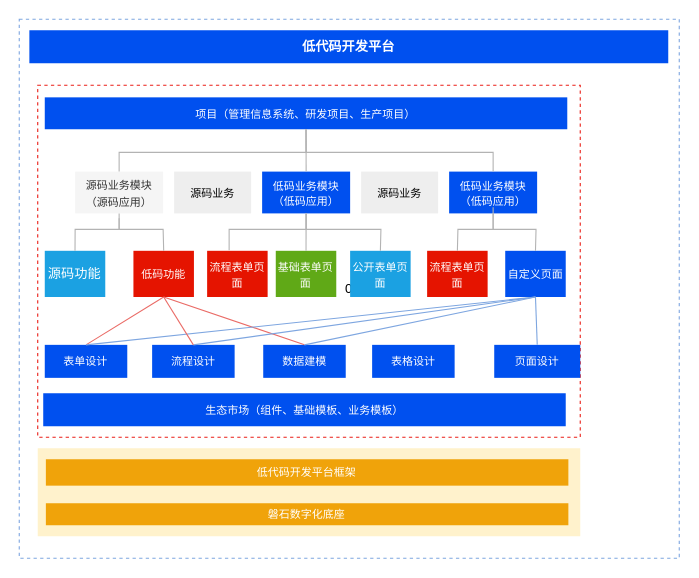
This is 低代码—研究内容——新版——房.drawio from tangyaosimida/love, a draw.io file, before an edit. Source tidied: cells renumbered, new cells numbered last; positions are measured from the earlier drawing's top-left corner, leaving out a move shared by most shapes. Both pictures are drawn from the tidied source at 110%, with x=0, y=0 at pixel (19, 19).
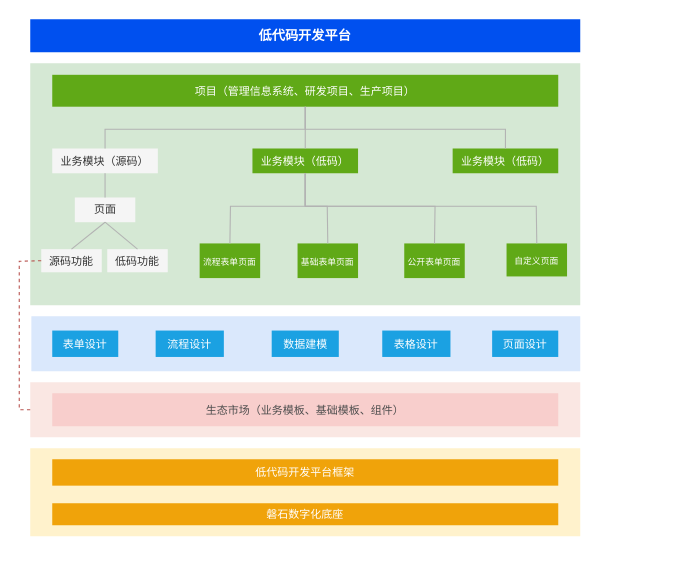
After the change.

Commit message (it also covers changes not shown here):
更新低代码—研究内容——新版——房.drawio

What changed in the source:
```diff
@@
-    <mxCell id="2" value="0" style="rounded=0;whiteSpace=wrap;html=1;fillColor=none;strokeColor=#7EA6E0;strokeWidth=1;dashed=1;" parent="1" vertex="1">
-      <mxGeometry width="600" height="490" as="geometry" />
-    </mxCell>
+    <mxCell id="45" style="rounded=0;whiteSpace=wrap;html=1;fillColor=#dae8fc;strokeColor=none;" parent="1" vertex="1">
+      <mxGeometry x="11" y="270" width="499" height="50" as="geometry" />
+    </mxCell>
+    <mxCell id="46" style="rounded=0;whiteSpace=wrap;html=1;fillColor=#FAE7E3;dashed=1;strokeColor=none;" parent="1" vertex="1">
+      <mxGeometry x="10" y="330" width="500" height="50" as="geometry" />
+    </mxCell>
     <mxCell id="3" style="rounded=0;whiteSpace=wrap;html=1;fillColor=#fff2cc;dashed=1;strokeColor=none;" parent="1" vertex="1">
-      <mxGeometry x="16.8" y="390" width="493.2" height="80" as="geometry" />
+      <mxGeometry x="10" y="390" width="500" height="80" as="geometry" />
     </mxCell>
-    <mxCell id="4" style="rounded=0;whiteSpace=wrap;html=1;fillColor=none;dashed=1;strokeColor=#EA1E17;" parent="1" vertex="1">
-      <mxGeometry x="16.8" y="60" width="493.2" height="320" as="geometry" />
+    <mxCell id="4" style="rounded=0;whiteSpace=wrap;html=1;fillColor=#d5e8d4;dashed=1;strokeColor=none;" parent="1" vertex="1">
+      <mxGeometry x="10" y="40" width="500" height="220" as="geometry" />
     </mxCell>
     <mxCell id="5" value="&lt;b style=&quot;&quot;&gt;&lt;font style=&quot;font-size: 12px;&quot;&gt;低代码开发平台&lt;/font&gt;&lt;/b&gt;" style="rounded=0;whiteSpace=wrap;html=1;fillColor=#0050ef;fontColor=#ffffff;strokeColor=none;" parent="1" vertex="1">
-      <mxGeometry x="9.2" y="10" width="580.8" height="30" as="geometry" />
+      <mxGeometry x="10" width="500" height="30" as="geometry" />
     </mxCell>
     <mxCell id="6" value="&lt;font color=&quot;#ffffff&quot; style=&quot;font-size: 10px;&quot;&gt;低代码开发平台框架&lt;/font&gt;" style="rounded=0;whiteSpace=wrap;html=1;fillColor=#f0a30a;strokeColor=none;align=center;fontColor=#000000;" parent="1" vertex="1">
-      <mxGeometry x="24.2" y="400" width="475" height="24" as="geometry" />
+      <mxGeometry x="30" y="400" width="460" height="24" as="geometry" />
     </mxCell>
     <mxCell id="7" value="&lt;font color=&quot;#ffffff&quot; style=&quot;font-size: 10px;&quot;&gt;磐石数字化底座&lt;/font&gt;" style="rounded=0;whiteSpace=wrap;html=1;fillColor=#f0a30a;strokeColor=none;align=center;fontColor=#000000;" parent="1" vertex="1">
-      <mxGeometry x="24.2" y="440" width="475" height="20" as="geometry" />
+      <mxGeometry x="30" y="440" width="460" height="20" as="geometry" />
     </mxCell>
-    <mxCell id="8" value="&lt;span style=&quot;font-size: 10px;&quot;&gt;项目（管理信息系统、研发项目、生产项目）&lt;/span&gt;" style="rounded=0;whiteSpace=wrap;html=1;fillColor=#0050ef;fontColor=#ffffff;strokeColor=none;align=center;" parent="1" vertex="1">
-      <mxGeometry x="23.2" y="71" width="475" height="29" as="geometry" />
+    <mxCell id="8" value="&lt;span style=&quot;font-size: 10px;&quot;&gt;项目（管理信息系统、研发项目、生产项目）&lt;/span&gt;" style="rounded=0;whiteSpace=wrap;html=1;fillColor=#60a917;fontColor=#ffffff;strokeColor=none;align=center;" parent="1" vertex="1">
+      <mxGeometry x="30" y="50.5" width="460" height="29" as="geometry" />
     </mxCell>
-    <mxCell id="9" value="&lt;span style=&quot;font-size: 10px;&quot;&gt;源码业务模块&lt;/span&gt;&lt;div&gt;&lt;span style=&quot;font-size: 10px;&quot;&gt;（源码应用）&lt;/span&gt;&lt;/div&gt;" style="rounded=0;whiteSpace=wrap;html=1;align=center;fillColor=#f5f5f5;fontColor=#333333;strokeColor=none;" parent="1" vertex="1">
-      <mxGeometry x="50.8" y="138.5" width="80" height="38" as="geometry" />
+    <mxCell id="9" value="&lt;span style=&quot;font-size: 10px;&quot;&gt;业务模块&lt;/span&gt;&lt;span style=&quot;font-size: 10px;&quot;&gt;（源码）&lt;/span&gt;" style="rounded=0;whiteSpace=wrap;html=1;align=center;fillColor=#f5f5f5;fontColor=#333333;strokeColor=none;" parent="1" vertex="1">
+      <mxGeometry x="30" y="117.5" width="96" height="22.5" as="geometry" />
     </mxCell>
-    <mxCell id="10" value="&lt;span style=&quot;font-size: 10px;&quot;&gt;低码功能&lt;/span&gt;" style="rounded=0;whiteSpace=wrap;html=1;fillColor=#e51400;fontColor=#ffffff;strokeColor=none;align=center;" parent="1" vertex="1">
-      <mxGeometry x="103.8" y="210.5" width="55" height="42" as="geometry" />
+    <mxCell id="10" value="&lt;span style=&quot;font-size: 10px;&quot;&gt;低码功能&lt;/span&gt;" style="rounded=0;whiteSpace=wrap;html=1;fillColor=#f5f5f5;fontColor=#333333;strokeColor=none;align=center;" parent="1" vertex="1">
+      <mxGeometry x="80" y="209" width="55" height="21" as="geometry" />
     </mxCell>
-    <mxCell id="11" value="&lt;font style=&quot;font-size: 10px;&quot;&gt;表单设计&lt;/font&gt;" style="rounded=0;whiteSpace=wrap;html=1;fillColor=#0050ef;fontColor=#ffffff;strokeColor=none;align=center;" parent="1" vertex="1">
-      <mxGeometry x="23.2" y="296" width="75" height="30" as="geometry" />
+    <mxCell id="11" value="&lt;font style=&quot;font-size: 10px;&quot;&gt;表单设计&lt;/font&gt;" style="rounded=0;whiteSpace=wrap;html=1;fillColor=#1ba1e2;fontColor=#ffffff;strokeColor=none;align=center;" parent="1" vertex="1">
+      <mxGeometry x="30" y="283" width="60" height="24" as="geometry" />
     </mxCell>
@@
-    <mxCell id="13" value="&lt;font style=&quot;font-size: 10px;&quot;&gt;低码业务模块&lt;/font&gt;&lt;div style=&quot;font-size: 10px;&quot;&gt;&lt;font style=&quot;font-size: 10px;&quot;&gt;（低码应用）&lt;/font&gt;&lt;/div&gt;" style="rounded=0;whiteSpace=wrap;html=1;fillColor=#0050ef;fontColor=#ffffff;strokeColor=none;align=center;" parent="1" vertex="1">
-      <mxGeometry x="220.8" y="138.5" width="80" height="38" as="geometry" />
-    </mxCell>
-    <mxCell id="14" value="&lt;font style=&quot;color: rgb(255, 255, 255); font-size: 10px;&quot;&gt;低码业务模块&lt;/font&gt;&lt;div style=&quot;color: rgb(255, 255, 255); font-size: 10px;&quot;&gt;（低码应用）&lt;/div&gt;" style="rounded=0;whiteSpace=wrap;html=1;align=center;fillColor=#0050ef;fontColor=#ffffff;strokeColor=none;" parent="1" vertex="1">
-      <mxGeometry x="390.8" y="138.5" width="80" height="38" as="geometry" />
-    </mxCell>
-    <mxCell id="15" value="源码功能" style="rounded=0;whiteSpace=wrap;html=1;fillColor=#1ba1e2;strokeColor=none;align=center;fontColor=#ffffff;" parent="1" vertex="1">
-      <mxGeometry x="23.2" y="210.5" width="55" height="42" as="geometry" />
+    <mxCell id="15" value="&lt;font style=&quot;font-size: 10px;&quot;&gt;源码功能&lt;/font&gt;" style="rounded=0;whiteSpace=wrap;html=1;fillColor=#f5f5f5;strokeColor=none;align=center;fontColor=#333333;" parent="1" vertex="1">
+      <mxGeometry x="20" y="209" width="55" height="21" as="geometry" />
     </mxCell>
-    <mxCell id="16" value="&lt;font style=&quot;font-size: 10px;&quot;&gt;流程表单页面&lt;/font&gt;" style="rounded=0;whiteSpace=wrap;html=1;fillColor=#e51400;fontColor=#ffffff;strokeColor=none;align=center;" parent="1" vertex="1">
-      <mxGeometry x="170.8" y="210.5" width="55" height="42" as="geometry" />
+    <mxCell id="16" value="&lt;font style=&quot;font-size: 8px;&quot;&gt;流程表单页面&lt;/font&gt;" style="rounded=0;whiteSpace=wrap;html=1;fillColor=#60a917;fontColor=#ffffff;strokeColor=none;align=center;" parent="1" vertex="1">
+      <mxGeometry x="164" y="203.8" width="55" height="31.5" as="geometry" />
     </mxCell>
-    <mxCell id="17" value="&lt;font style=&quot;font-size: 10px;&quot;&gt;基础表单页面&lt;/font&gt;" style="rounded=0;whiteSpace=wrap;html=1;fillColor=#60a917;strokeColor=none;align=center;fontColor=#ffffff;" parent="1" vertex="1">
-      <mxGeometry x="233.2" y="210.5" width="55" height="42" as="geometry" />
+    <mxCell id="17" value="&lt;font style=&quot;font-size: 8px;&quot;&gt;基础表单页面&lt;/font&gt;" style="rounded=0;whiteSpace=wrap;html=1;fillColor=#60a917;strokeColor=none;align=center;fontColor=#ffffff;" parent="1" vertex="1">
+      <mxGeometry x="253" y="203.8" width="55" height="31.5" as="geometry" />
     </mxCell>
-    <mxCell id="18" value="&lt;font style=&quot;font-size: 10px;&quot;&gt;公开表单页面&lt;/font&gt;" style="rounded=0;whiteSpace=wrap;html=1;fillColor=#1ba1e2;strokeColor=none;align=center;fontColor=#ffffff;" parent="1" vertex="1">
-      <mxGeometry x="300.8" y="210.5" width="55" height="42" as="geometry" />
+    <mxCell id="18" value="&lt;font style=&quot;font-size: 8px;&quot;&gt;公开表单页面&lt;/font&gt;" style="rounded=0;whiteSpace=wrap;html=1;fillColor=#60a917;strokeColor=none;align=center;fontColor=#ffffff;" parent="1" vertex="1">
+      <mxGeometry x="350" y="203.8" width="55" height="31.5" as="geometry" />
     </mxCell>
-    <mxCell id="19" value="&lt;span style=&quot;font-size: 10px;&quot;&gt;流程表单页面&lt;/span&gt;" style="rounded=0;whiteSpace=wrap;html=1;fillColor=#e51400;fontColor=#ffffff;strokeColor=none;align=center;" parent="1" vertex="1">
-      <mxGeometry x="370.8" y="210.5" width="55" height="42" as="geometry" />
-    </mxCell>
-    <mxCell id="20" value="&lt;font style=&quot;font-size: 10px;&quot;&gt;自定义页面&lt;/font&gt;" style="rounded=0;whiteSpace=wrap;html=1;fillColor=#0050ef;fontColor=#ffffff;strokeColor=none;align=center;" parent="1" vertex="1">
-      <mxGeometry x="441.8" y="210.5" width="55" height="42" as="geometry" />
+    <mxCell id="20" value="&lt;font style=&quot;font-size: 8px;&quot;&gt;自定义页面&lt;/font&gt;" style="rounded=0;whiteSpace=wrap;html=1;fillColor=#60a917;fontColor=#ffffff;strokeColor=none;align=center;" parent="1" vertex="1">
+      <mxGeometry x="443" y="203.8" width="55" height="30" as="geometry" />
     </mxCell>
-    <mxCell id="21" style="endArrow=none;html=1;rounded=0;exitX=0.5;exitY=0;exitDx=0;exitDy=0;entryX=0.5;entryY=1;entryDx=0;entryDy=0;strokeColor=#B3B3B3;" parent="1" edge="1" source="9" target="8">
-      <mxGeometry relative="1" as="geometry">
-        <Array as="points">
-          <mxPoint x="90.8" y="121" />
-          <mxPoint x="260.8" y="121" />
-        </Array>
-      </mxGeometry>
-    </mxCell>
-    <mxCell id="22" style="endArrow=none;html=1;rounded=0;exitX=0.5;exitY=0;exitDx=0;exitDy=0;entryX=0.5;entryY=1;entryDx=0;entryDy=0;strokeColor=#B3B3B3;" parent="1" edge="1" source="13" target="8">
-      <mxGeometry relative="1" as="geometry" />
-    </mxCell>
-    <mxCell id="23" style="endArrow=none;html=1;rounded=0;exitX=0.5;exitY=0;exitDx=0;exitDy=0;entryX=0.5;entryY=1;entryDx=0;entryDy=0;strokeColor=#B3B3B3;" parent="1" edge="1" source="14" target="8">
-      <mxGeometry relative="1" as="geometry">
-        <Array as="points">
-          <mxPoint x="430.8" y="121" />
-          <mxPoint x="260.8" y="121" />
-        </Array>
-      </mxGeometry>
-    </mxCell>
-    <mxCell id="24" style="endArrow=none;html=1;rounded=0;exitX=0.5;exitY=0;exitDx=0;exitDy=0;entryX=0.5;entryY=1;entryDx=0;entryDy=0;strokeColor=#B3B3B3;" parent="1" edge="1" source="15" target="9">
-      <mxGeometry relative="1" as="geometry">
-        <Array as="points">
-          <mxPoint x="50.8" y="191" />
-          <mxPoint x="90.8" y="191" />
-        </Array>
-      </mxGeometry>
-    </mxCell>
-    <mxCell id="25" style="endArrow=none;html=1;rounded=0;exitX=0.5;exitY=0;exitDx=0;exitDy=0;strokeColor=#B3B3B3;" parent="1" edge="1" source="10">
-      <mxGeometry relative="1" as="geometry">
-        <mxPoint x="90.8" y="181" as="targetPoint" />
-        <Array as="points">
-          <mxPoint x="130.8" y="191" />
-          <mxPoint x="90.8" y="191" />
-        </Array>
-      </mxGeometry>
-    </mxCell>
-    <mxCell id="26" style="endArrow=none;html=1;rounded=0;exitX=0.5;exitY=0;exitDx=0;exitDy=0;entryX=0.5;entryY=1;entryDx=0;entryDy=0;strokeColor=#B3B3B3;" parent="1" edge="1" target="13">
-      <mxGeometry relative="1" as="geometry">
-        <mxPoint x="190.8" y="210" as="sourcePoint" />
-        <Array as="points">
-          <mxPoint x="190.8" y="191" />
-          <mxPoint x="260.8" y="191" />
-        </Array>
-      </mxGeometry>
-    </mxCell>
-    <mxCell id="27" style="endArrow=none;html=1;rounded=0;exitX=0.5;exitY=0;exitDx=0;exitDy=0;entryX=0.5;entryY=1;entryDx=0;entryDy=0;strokeColor=#B3B3B3;" parent="1" edge="1" source="17" target="13">
-      <mxGeometry relative="1" as="geometry" />
-    </mxCell>
-    <mxCell id="28" style="endArrow=none;html=1;rounded=0;entryX=0.5;entryY=0;entryDx=0;entryDy=0;exitX=0.5;exitY=1;exitDx=0;exitDy=0;strokeColor=#B3B3B3;" parent="1" edge="1" source="13" target="18">
-      <mxGeometry relative="1" as="geometry">
-        <Array as="points">
-          <mxPoint x="260.8" y="191" />
-          <mxPoint x="328.8" y="191" />
-        </Array>
-      </mxGeometry>
-    </mxCell>
-    <mxCell id="29" style="endArrow=none;html=1;rounded=0;exitX=0.5;exitY=0;exitDx=0;exitDy=0;strokeColor=#B3B3B3;" parent="1" edge="1" source="19">
-      <mxGeometry relative="1" as="geometry">
-        <mxPoint x="430.8" y="171" as="targetPoint" />
-        <Array as="points">
-          <mxPoint x="398.8" y="191" />
-          <mxPoint x="430.8" y="191" />
-        </Array>
-      </mxGeometry>
-    </mxCell>
-    <mxCell id="30" style="endArrow=none;html=1;rounded=0;entryX=0.5;entryY=0;entryDx=0;entryDy=0;exitX=0.5;exitY=1;exitDx=0;exitDy=0;strokeColor=#B3B3B3;" parent="1" edge="1" source="14" target="20">
-      <mxGeometry relative="1" as="geometry">
-        <Array as="points">
-          <mxPoint x="430.8" y="191" />
-          <mxPoint x="469.8" y="191" />
-        </Array>
-      </mxGeometry>
-    </mxCell>
-    <mxCell id="31" value="&lt;span style=&quot;font-size: 10px;&quot;&gt;源码业务&lt;/span&gt;" style="rounded=0;whiteSpace=wrap;html=1;fillColor=#eeeeee;strokeColor=none;align=center;" parent="1" vertex="1">
-      <mxGeometry x="140.8" y="138.5" width="70" height="38" as="geometry" />
-    </mxCell>
-    <mxCell id="32" value="&lt;span style=&quot;font-size: 10px;&quot;&gt;源码业务&lt;/span&gt;" style="rounded=0;whiteSpace=wrap;html=1;fillColor=#eeeeee;strokeColor=none;align=center;" parent="1" vertex="1">
-      <mxGeometry x="310.8" y="138.5" width="70" height="38" as="geometry" />
-    </mxCell>
-    <mxCell id="33" value="&lt;font style=&quot;font-size: 10px;&quot;&gt;流程设计&lt;/font&gt;" style="rounded=0;whiteSpace=wrap;html=1;fillColor=#0050ef;fontColor=#ffffff;strokeColor=none;align=center;" parent="1" vertex="1">
-      <mxGeometry x="120.8" y="296" width="75" height="30" as="geometry" />
+    <mxCell id="33" value="&lt;font style=&quot;font-size: 10px;&quot;&gt;流程设计&lt;/font&gt;" style="rounded=0;whiteSpace=wrap;html=1;fillColor=#1ba1e2;fontColor=#ffffff;strokeColor=none;align=center;" parent="1" vertex="1">
+      <mxGeometry x="124" y="283" width="62" height="24" as="geometry" />
     </mxCell>
-    <mxCell id="34" value="&lt;font style=&quot;font-size: 10px;&quot;&gt;数据建模&lt;/font&gt;" style="rounded=0;whiteSpace=wrap;html=1;fillColor=#0050ef;fontColor=#ffffff;strokeColor=none;align=center;" parent="1" vertex="1">
-      <mxGeometry x="221.8" y="296" width="75" height="30" as="geometry" />
+    <mxCell id="34" value="&lt;font style=&quot;font-size: 10px;&quot;&gt;数据建模&lt;/font&gt;" style="rounded=0;whiteSpace=wrap;html=1;fillColor=#1ba1e2;fontColor=#ffffff;strokeColor=none;align=center;" parent="1" vertex="1">
+      <mxGeometry x="229.5" y="283" width="61" height="24" as="geometry" />
     </mxCell>
-    <mxCell id="35" value="&lt;font style=&quot;font-size: 10px;&quot;&gt;页面设计&lt;/font&gt;" style="rounded=0;whiteSpace=wrap;html=1;fillColor=#0050ef;fontColor=#ffffff;strokeColor=none;align=center;" parent="1" vertex="1">
-      <mxGeometry x="431.8" y="296" width="78.2" height="30" as="geometry" />
+    <mxCell id="35" value="&lt;font style=&quot;font-size: 10px;&quot;&gt;页面设计&lt;/font&gt;" style="rounded=0;whiteSpace=wrap;html=1;fillColor=#1ba1e2;fontColor=#ffffff;strokeColor=none;align=center;" parent="1" vertex="1">
+      <mxGeometry x="429.9" y="283" width="60.1" height="24" as="geometry" />
     </mxCell>
-    <mxCell id="36" value="&lt;font style=&quot;font-size: 10px;&quot;&gt;表格设计&lt;/font&gt;" style="rounded=0;whiteSpace=wrap;html=1;fillColor=#0050ef;fontColor=#ffffff;strokeColor=none;align=center;" parent="1" vertex="1">
-      <mxGeometry x="320.8" y="296" width="75" height="30" as="geometry" />
+    <mxCell id="36" value="&lt;font style=&quot;font-size: 10px;&quot;&gt;表格设计&lt;/font&gt;" style="rounded=0;whiteSpace=wrap;html=1;fillColor=#1ba1e2;fontColor=#ffffff;strokeColor=none;align=center;" parent="1" vertex="1">
+      <mxGeometry x="330" y="283" width="62" height="24" as="geometry" />
     </mxCell>
-    <mxCell id="37" style="endArrow=none;html=1;rounded=0;exitX=0.5;exitY=0;exitDx=0;exitDy=0;strokeColor=#EA6B66;entryX=0.5;entryY=1;entryDx=0;entryDy=0;" parent="1" edge="1" source="11" target="10">
-      <mxGeometry relative="1" as="geometry" />
-    </mxCell>
-    <mxCell id="38" style="endArrow=none;html=1;rounded=0;exitX=0.5;exitY=0;exitDx=0;exitDy=0;strokeColor=#EA6B66;entryX=0.5;entryY=1;entryDx=0;entryDy=0;" parent="1" edge="1" source="34" target="10">
-      <mxGeometry relative="1" as="geometry" />
-    </mxCell>
-    <mxCell id="39" style="endArrow=none;html=1;rounded=0;entryX=0.5;entryY=1;entryDx=0;entryDy=0;exitX=0.5;exitY=0;exitDx=0;exitDy=0;strokeColor=#7EA6E0;" parent="1" edge="1" source="35" target="20">
-      <mxGeometry relative="1" as="geometry" />
-    </mxCell>
-    <mxCell id="40" style="endArrow=none;html=1;rounded=0;entryX=0.5;entryY=1;entryDx=0;entryDy=0;exitX=0.5;exitY=0;exitDx=0;exitDy=0;strokeColor=#7EA6E0;" parent="1" edge="1" source="34" target="20">
-      <mxGeometry relative="1" as="geometry" />
-    </mxCell>
-    <mxCell id="41" style="endArrow=none;html=1;rounded=0;entryX=0.5;entryY=1;entryDx=0;entryDy=0;exitX=0.5;exitY=0;exitDx=0;exitDy=0;strokeColor=#7EA6E0;" parent="1" edge="1" source="33" target="20">
-      <mxGeometry relative="1" as="geometry" />
-    </mxCell>
-    <mxCell id="42" style="endArrow=none;html=1;rounded=0;entryX=0.5;entryY=1;entryDx=0;entryDy=0;exitX=0.5;exitY=0;exitDx=0;exitDy=0;strokeColor=#7EA6E0;" parent="1" edge="1" source="11" target="20">
-      <mxGeometry relative="1" as="geometry" />
-    </mxCell>
-    <mxCell id="43" style="endArrow=none;html=1;rounded=0;exitX=0.5;exitY=0;exitDx=0;exitDy=0;strokeColor=#EA6B66;entryX=0.5;entryY=1;entryDx=0;entryDy=0;" parent="1" edge="1" source="33" target="10">
-      <mxGeometry relative="1" as="geometry" />
-    </mxCell>
-    <mxCell id="44" value="&lt;span style=&quot;font-size: 10px;&quot;&gt;生态市场（组件、基础模板、业务模板）&lt;/span&gt;" style="rounded=0;whiteSpace=wrap;html=1;fillColor=#0050ef;fontColor=#ffffff;strokeColor=none;align=center;" parent="1" vertex="1">
-      <mxGeometry x="21.8" y="340" width="475" height="30" as="geometry" />
+    <mxCell id="44" value="&lt;span style=&quot;font-size: 10px;&quot;&gt;&lt;font color=&quot;#4d4d4d&quot;&gt;生态市场（业务模板、基础模板、组件）&lt;/font&gt;&lt;/span&gt;" style="rounded=0;whiteSpace=wrap;html=1;fillColor=#f8cecc;strokeColor=none;align=center;" parent="1" vertex="1">
+      <mxGeometry x="30" y="340" width="460" height="30" as="geometry" />
     </mxCell>
+    <mxCell id="47" value="&lt;span style=&quot;font-size: 10px;&quot;&gt;页面&lt;/span&gt;" style="rounded=0;whiteSpace=wrap;html=1;fillColor=#f5f5f5;fontColor=#333333;strokeColor=none;align=center;" parent="1" vertex="1">
+      <mxGeometry x="50.5" y="162" width="55" height="22.5" as="geometry" />
+    </mxCell>
+    <mxCell id="48" value="&lt;span style=&quot;font-size: 10px;&quot;&gt;业务模块&lt;/span&gt;&lt;span style=&quot;font-size: 10px;&quot;&gt;（低码）&lt;/span&gt;" style="rounded=0;whiteSpace=wrap;html=1;align=center;fillColor=#60a917;fontColor=#ffffff;strokeColor=none;" parent="1" vertex="1">
+      <mxGeometry x="212" y="117.5" width="96" height="22.5" as="geometry" />
+    </mxCell>
+    <mxCell id="49" value="&lt;span style=&quot;font-size: 10px;&quot;&gt;业务模块&lt;/span&gt;&lt;span style=&quot;font-size: 10px;&quot;&gt;（低码）&lt;/span&gt;" style="rounded=0;whiteSpace=wrap;html=1;align=center;fillColor=#60a917;fontColor=#ffffff;strokeColor=none;" parent="1" vertex="1">
+      <mxGeometry x="394" y="117.5" width="96" height="22.5" as="geometry" />
+    </mxCell>
+    <mxCell id="50" style="endArrow=none;html=1;rounded=0;entryX=0.5;entryY=1;entryDx=0;entryDy=0;exitX=0.5;exitY=0;exitDx=0;exitDy=0;strokeColor=#B3B3B3;" parent="1" edge="1" source="48" target="8">
+      <mxGeometry relative="1" as="geometry" />
+    </mxCell>
+    <mxCell id="21" style="endArrow=none;html=1;rounded=0;exitX=0.5;exitY=0;exitDx=0;exitDy=0;entryX=0.5;entryY=1;entryDx=0;entryDy=0;strokeColor=#B3B3B3;" parent="1" edge="1" source="9" target="8">
+      <mxGeometry relative="1" as="geometry">
+        <Array as="points">
+          <mxPoint x="78" y="100" />
+          <mxPoint x="260" y="100" />
+        </Array>
+      </mxGeometry>
+    </mxCell>
+    <mxCell id="51" style="endArrow=none;html=1;rounded=0;entryX=0.5;entryY=0;entryDx=0;entryDy=0;strokeColor=#B3B3B3;" parent="1" edge="1" target="49">
+      <mxGeometry relative="1" as="geometry">
+        <mxPoint x="260" y="80" as="sourcePoint" />
+        <Array as="points">
+          <mxPoint x="260" y="100" />
+          <mxPoint x="442" y="100" />
+        </Array>
+      </mxGeometry>
+    </mxCell>
+    <mxCell id="52" style="endArrow=none;html=1;rounded=0;entryX=0.5;entryY=1;entryDx=0;entryDy=0;strokeColor=#B3B3B3;" parent="1" edge="1" source="47" target="9">
+      <mxGeometry relative="1" as="geometry" />
+    </mxCell>
+    <mxCell id="53" style="endArrow=none;html=1;rounded=0;exitX=0.5;exitY=0;exitDx=0;exitDy=0;entryX=0.5;entryY=1;entryDx=0;entryDy=0;fillColor=#f5f5f5;strokeColor=#B3B3B3;" parent="1" edge="1" source="16" target="48">
+      <mxGeometry relative="1" as="geometry">
+        <Array as="points">
+          <mxPoint x="192" y="170" />
+          <mxPoint x="260" y="170" />
+        </Array>
+      </mxGeometry>
+    </mxCell>
+    <mxCell id="54" style="endArrow=none;html=1;rounded=0;exitX=0.5;exitY=0;exitDx=0;exitDy=0;entryX=0.5;entryY=1;entryDx=0;entryDy=0;fillColor=#f5f5f5;strokeColor=#B3B3B3;" parent="1" edge="1" source="17" target="48">
+      <mxGeometry relative="1" as="geometry">
+        <Array as="points">
+          <mxPoint x="280" y="170" />
+          <mxPoint x="260" y="170" />
+        </Array>
+      </mxGeometry>
+    </mxCell>
+    <mxCell id="55" style="endArrow=none;html=1;rounded=0;exitX=0.5;exitY=0;exitDx=0;exitDy=0;entryX=0.5;entryY=1;entryDx=0;entryDy=0;fillColor=#f5f5f5;strokeColor=#B3B3B3;" parent="1" edge="1" source="18" target="48">
+      <mxGeometry relative="1" as="geometry">
+        <Array as="points">
+          <mxPoint x="378" y="170" />
+          <mxPoint x="260" y="170" />
+        </Array>
+      </mxGeometry>
+    </mxCell>
+    <mxCell id="56" style="endArrow=none;html=1;rounded=0;exitX=0.5;exitY=0;exitDx=0;exitDy=0;entryX=0.5;entryY=1;entryDx=0;entryDy=0;fillColor=#f5f5f5;strokeColor=#B3B3B3;" parent="1" edge="1" source="20" target="48">
+      <mxGeometry relative="1" as="geometry">
+        <Array as="points">
+          <mxPoint x="470" y="170" />
+          <mxPoint x="260" y="170" />
+        </Array>
+      </mxGeometry>
+    </mxCell>
+    <mxCell id="57" style="endArrow=none;html=1;rounded=0;exitX=0.5;exitY=0;exitDx=0;exitDy=0;entryX=0.5;entryY=1;entryDx=0;entryDy=0;fillColor=#f5f5f5;strokeColor=#B3B3B3;" parent="1" edge="1" source="15" target="47">
+      <mxGeometry relative="1" as="geometry" />
+    </mxCell>
+    <mxCell id="58" style="endArrow=none;html=1;rounded=0;exitX=0.5;exitY=1;exitDx=0;exitDy=0;entryX=0.5;entryY=0;entryDx=0;entryDy=0;fillColor=#f5f5f5;strokeColor=#B3B3B3;" parent="1" edge="1" source="47" target="10">
+      <mxGeometry relative="1" as="geometry" />
+    </mxCell>
+    <mxCell id="59" style="endArrow=none;html=1;rounded=0;entryX=0;entryY=0.5;entryDx=0;entryDy=0;exitX=0;exitY=0.5;exitDx=0;exitDy=0;fillColor=#f8cecc;strokeColor=#b85450;dashed=1;" parent="1" edge="1" source="46" target="15">
+      <mxGeometry relative="1" as="geometry">
+        <Array as="points">
+          <mxPoint y="355" />
+          <mxPoint y="220" />
+        </Array>
+      </mxGeometry>
+    </mxCell>
```
